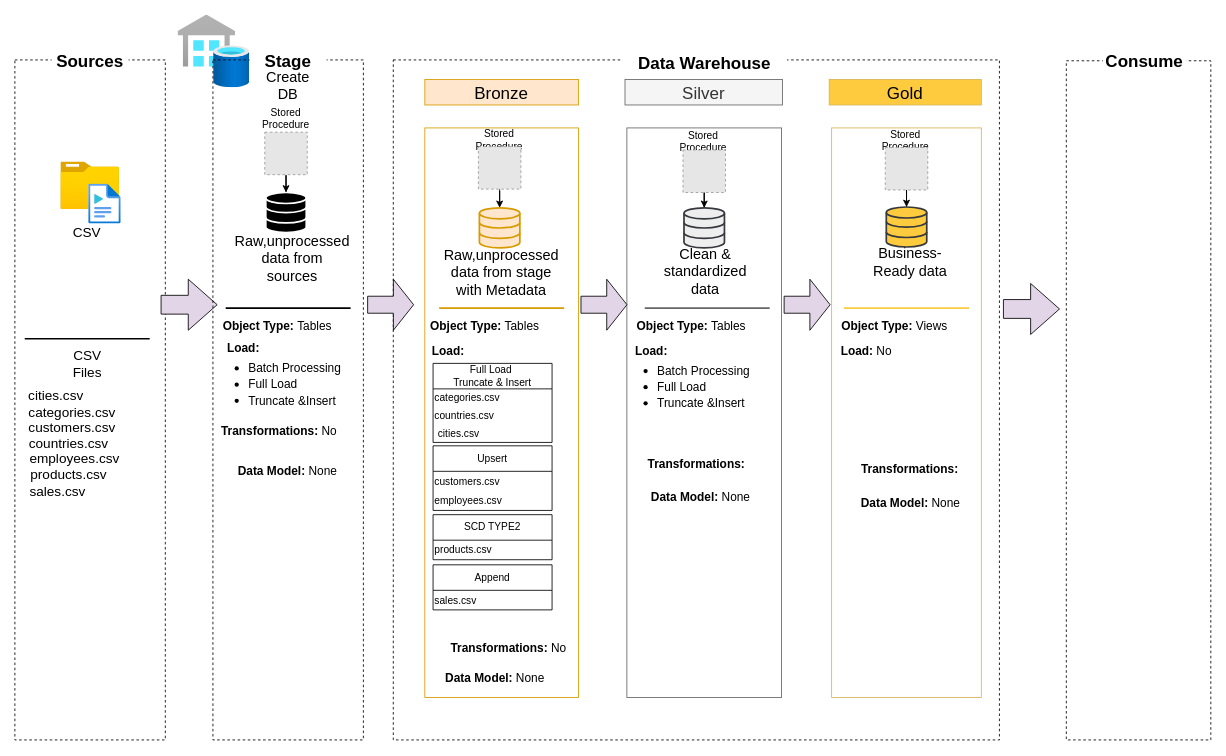
Earlier version of the draw.io diagram Diagram/Untitled Diagram.drawio (seyedmojtabahosseini/Data_Folder). Source tidied: cells renumbered, new cells numbered last; positions are measured from the earlier drawing's top-left corner, leaving out a move shared by most shapes. Both pictures are drawn from the tidied source at 85%, with x=0, y=0 at pixel (14, 14). Pictures stored in the file or linked from it are replaced by grey dashed boxes.
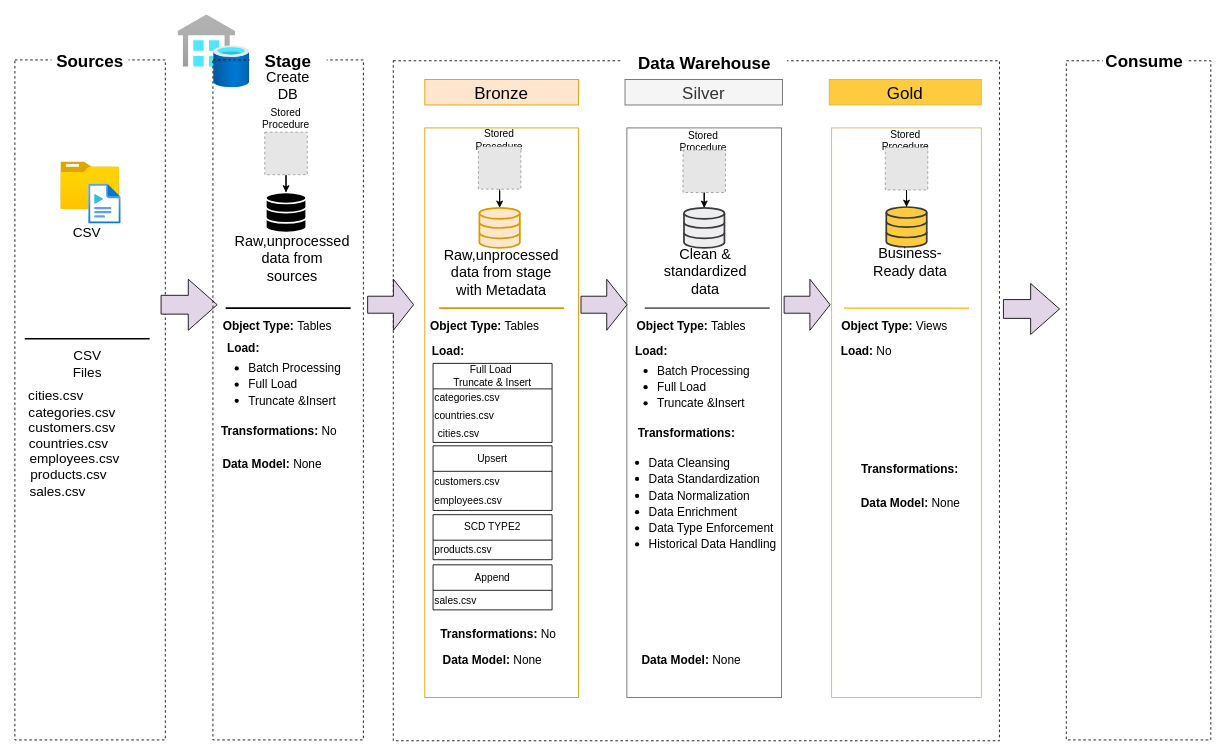
The same page after the edit.

Change to the diagram source:
```diff
@@
     <mxCell id="14" style="rounded=0;whiteSpace=wrap;html=1;dashed=1;fillColor=none;" parent="1" vertex="1">
-      <mxGeometry x="445.2" y="53" width="713.1" height="800" as="geometry" />
+      <mxGeometry x="445.2" y="54" width="713.1" height="800" as="geometry" />
     </mxCell>
@@
     <mxCell id="54" value="&lt;font style=&quot;font-size: 14px;&quot;&gt;&lt;b&gt;Transformations: &lt;/b&gt;No&lt;/font&gt;" style="text;html=1;whiteSpace=wrap;strokeColor=none;fillColor=none;align=center;verticalAlign=middle;rounded=0;fontSize=16;" parent="1" vertex="1">
-      <mxGeometry x="496.9" y="729" width="168" height="30" as="geometry" />
+      <mxGeometry x="485" y="713" width="168" height="30" as="geometry" />
     </mxCell>
-    <mxCell id="55" value="&lt;font style=&quot;font-size: 14px;&quot;&gt;&lt;b&gt;Transformations: &lt;/b&gt;&lt;/font&gt;" style="text;html=1;whiteSpace=wrap;strokeColor=none;fillColor=none;align=center;verticalAlign=middle;rounded=0;fontSize=16;" parent="1" vertex="1">
-      <mxGeometry x="717.8" y="513" width="168" height="30" as="geometry" />
+    <mxCell id="55" value="&lt;div style=&quot;line-height: 110%;&quot;&gt;&lt;div style=&quot;&quot;&gt;&lt;b style=&quot;font-size: 14px; background-color: rgb(255, 255, 255);&quot;&gt;&amp;nbsp;&lt;/b&gt;&lt;b style=&quot;font-size: 14px;&quot;&gt; &amp;nbsp; &amp;nbsp; &amp;nbsp;&lt;/b&gt;&lt;b style=&quot;font-size: 14px; background-color: rgb(255, 255, 255);&quot;&gt;Transformations:&lt;/b&gt;&lt;/div&gt;&lt;/div&gt;&lt;div&gt;&lt;ul&gt;&lt;li&gt;&lt;span style=&quot;font-size: 14px; background-color: rgb(255, 255, 255);&quot;&gt;Data Cleansing&lt;/span&gt;&lt;br&gt;&lt;/li&gt;&lt;li&gt;&lt;span style=&quot;font-size: 14px; background-color: rgb(255, 255, 255);&quot;&gt;Data Standardization&lt;/span&gt;&lt;br&gt;&lt;/li&gt;&lt;li&gt;&lt;span style=&quot;font-size: 14px; background-color: rgb(255, 255, 255);&quot;&gt;Data Normalization&lt;/span&gt;&lt;br&gt;&lt;/li&gt;&lt;li&gt;&lt;span style=&quot;font-size: 14px; background-color: rgb(255, 255, 255);&quot;&gt;Data Enrichment&lt;/span&gt;&lt;br&gt;&lt;/li&gt;&lt;li&gt;&lt;span style=&quot;font-size: 14px; background-color: rgb(255, 255, 255);&quot;&gt;Data Type Enforcement&lt;/span&gt;&lt;br&gt;&lt;/li&gt;&lt;li&gt;&lt;span style=&quot;font-size: 14px; background-color: rgb(255, 255, 255);&quot;&gt;Historical Data Handling&lt;/span&gt;&lt;br&gt;&lt;/li&gt;&lt;/ul&gt;&lt;/div&gt;" style="text;html=1;whiteSpace=wrap;strokeColor=none;fillColor=none;align=left;verticalAlign=middle;rounded=0;fontSize=16;" parent="1" vertex="1">
+      <mxGeometry x="704.2" y="485" width="195.3" height="160" as="geometry" />
     </mxCell>
@@
     <mxCell id="57" value="&lt;font style=&quot;font-size: 14px;&quot;&gt;&lt;b&gt;Data Model: &lt;/b&gt;None&lt;/font&gt;" style="text;html=1;whiteSpace=wrap;strokeColor=none;fillColor=none;align=center;verticalAlign=middle;rounded=0;fontSize=16;" parent="1" vertex="1">
-      <mxGeometry x="480.6" y="764" width="168" height="30" as="geometry" />
+      <mxGeometry x="478.2" y="743" width="168" height="30" as="geometry" />
     </mxCell>
     <mxCell id="58" value="&lt;font style=&quot;font-size: 14px;&quot;&gt;&lt;b&gt;Data Model: &lt;/b&gt;None&lt;/font&gt;" style="text;html=1;whiteSpace=wrap;strokeColor=none;fillColor=none;align=center;verticalAlign=middle;rounded=0;fontSize=16;" parent="1" vertex="1">
-      <mxGeometry x="722.5" y="551" width="168" height="30" as="geometry" />
+      <mxGeometry x="712" y="743" width="168" height="30" as="geometry" />
     </mxCell>
@@
     <mxCell id="76" value="&lt;font style=&quot;font-size: 14px;&quot;&gt;&lt;b&gt;Data Model: &lt;/b&gt;None&lt;/font&gt;" style="text;html=1;whiteSpace=wrap;strokeColor=none;fillColor=none;align=center;verticalAlign=middle;rounded=0;fontSize=16;" parent="1" vertex="1">
-      <mxGeometry x="236.7" y="521" width="168" height="30" as="geometry" />
+      <mxGeometry x="219" y="513" width="168" height="30" as="geometry" />
     </mxCell>
```
